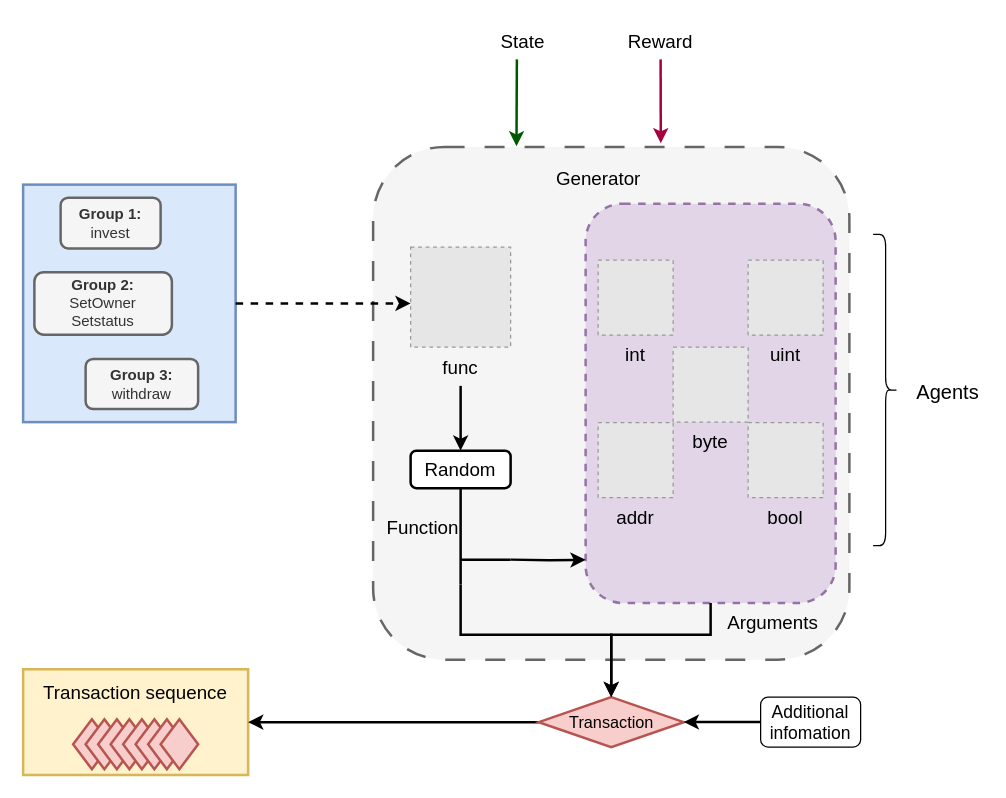
Before: generator.drawio in reuvenb-nub/novel-smartcontract-fuzzing, a draw.io diagram. Source tidied: cells renumbered, new cells numbered last; positions are measured from the earlier drawing's top-left corner, leaving out a move shared by most shapes. Both pictures are drawn from the tidied source at 125%, with x=0, y=0 at pixel (22, 21). Pictures stored in the file or linked from it are replaced by grey dashed boxes.
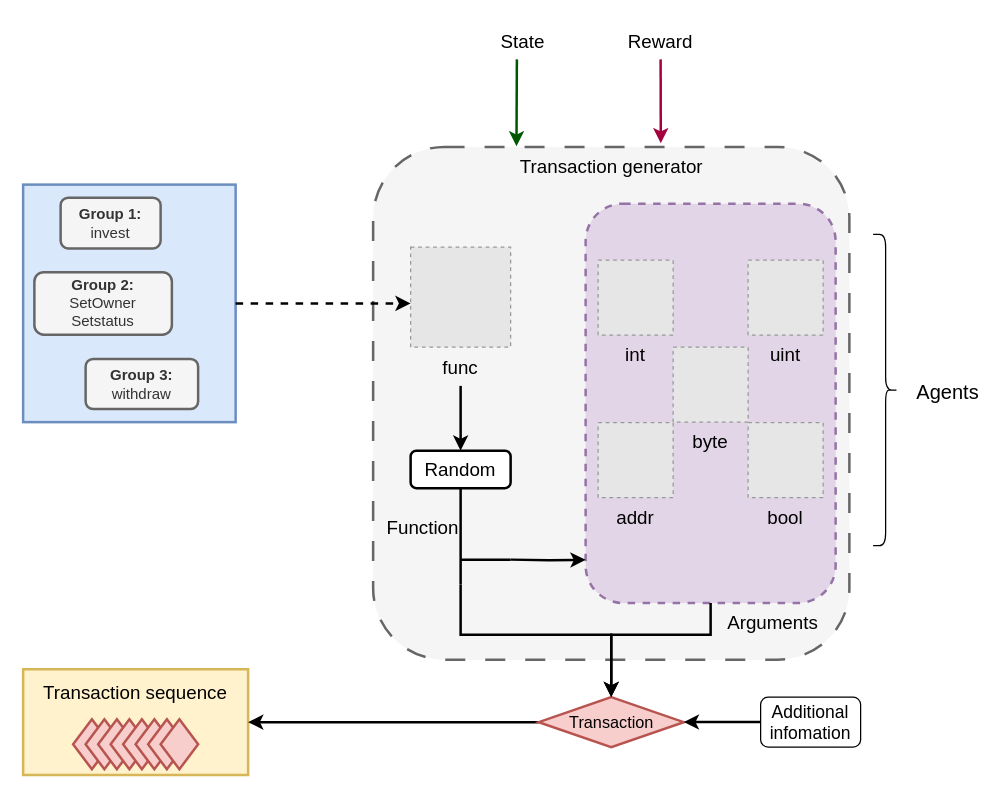
Above is the later version.

Diff of the diagram source:
```diff
@@
-    <mxCell id="8" value="&lt;font style=&quot;font-size: 15px;&quot;&gt;Generator&lt;/font&gt;" style="text;html=1;align=center;verticalAlign=middle;whiteSpace=wrap;rounded=0;strokeWidth=2;" parent="1" vertex="1">
-      <mxGeometry x="420" y="110.2" width="80.5" height="30" as="geometry" />
+    <mxCell id="8" value="&lt;font style=&quot;font-size: 15px;&quot;&gt;Transaction generator&lt;/font&gt;" style="text;html=1;align=center;verticalAlign=middle;whiteSpace=wrap;rounded=0;strokeWidth=2;" parent="1" vertex="1">
+      <mxGeometry x="395.5" y="100.2" width="150" height="30" as="geometry" />
     </mxCell>
```
